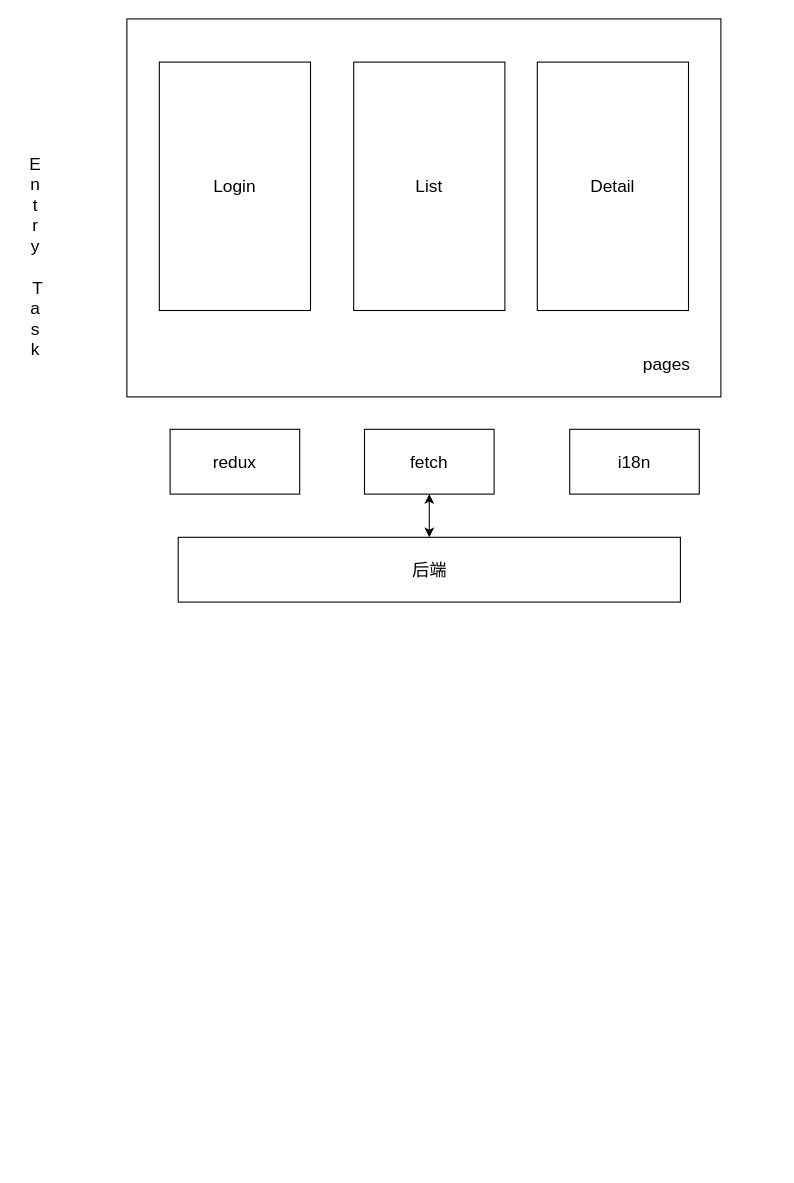
Earlier version of the draw.io diagram Untitled Diagram.drawio (cguank/-). Source tidied: cells renumbered, new cells numbered last; positions are measured from the earlier drawing's top-left corner, leaving out a move shared by most shapes. Both pictures are drawn from the tidied source at 108%, with x=0, y=0 at pixel (18, 18).
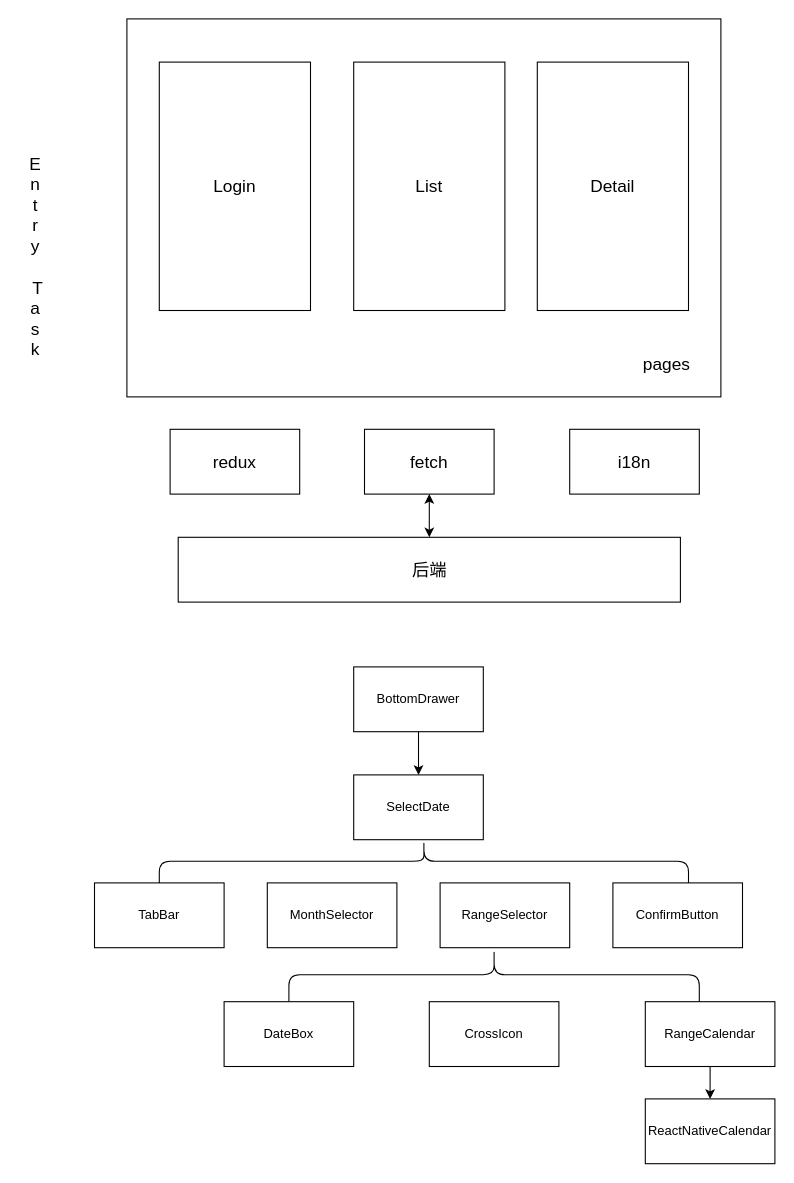
The same diagram, later.

What changed in the source:
```diff
@@
+    <mxCell id="13" style="edgeStyle=orthogonalEdgeStyle;rounded=0;jettySize=auto;html=1;" parent="1" edge="1" source="14" target="15">
+      <mxGeometry relative="1" as="geometry" />
+    </mxCell>
+    <mxCell id="14" value="BottomDrawer" style="rounded=0;whiteSpace=wrap;html=1;" parent="1" vertex="1">
+      <mxGeometry x="310" y="600" width="120" height="60" as="geometry" />
+    </mxCell>
+    <mxCell id="15" value="SelectDate" style="rounded=0;whiteSpace=wrap;html=1;" parent="1" vertex="1">
+      <mxGeometry x="310" y="700" width="120" height="60" as="geometry" />
+    </mxCell>
+    <mxCell id="16" value="TabBar" style="rounded=0;whiteSpace=wrap;html=1;" parent="1" vertex="1">
+      <mxGeometry x="70" y="800" width="120" height="60" as="geometry" />
+    </mxCell>
+    <mxCell id="17" value="MonthSelector" style="rounded=0;whiteSpace=wrap;html=1;" parent="1" vertex="1">
+      <mxGeometry x="230" y="800" width="120" height="60" as="geometry" />
+    </mxCell>
+    <mxCell id="18" value="RangeSelector" style="rounded=0;whiteSpace=wrap;html=1;" parent="1" vertex="1">
+      <mxGeometry x="390" y="800" width="120" height="60" as="geometry" />
+    </mxCell>
+    <mxCell id="19" value="ConfirmButton" style="rounded=0;whiteSpace=wrap;html=1;" parent="1" vertex="1">
+      <mxGeometry x="550" y="800" width="120" height="60" as="geometry" />
+    </mxCell>
+    <mxCell id="20" value="DateBox" style="rounded=0;whiteSpace=wrap;html=1;" parent="1" vertex="1">
+      <mxGeometry x="190" y="910" width="120" height="60" as="geometry" />
+    </mxCell>
+    <mxCell id="21" value="CrossIcon" style="rounded=0;whiteSpace=wrap;html=1;" parent="1" vertex="1">
+      <mxGeometry x="380" y="910" width="120" height="60" as="geometry" />
+    </mxCell>
+    <mxCell id="22" style="edgeStyle=orthogonalEdgeStyle;rounded=0;jettySize=auto;html=1;" parent="1" edge="1" source="23" target="24">
+      <mxGeometry relative="1" as="geometry" />
+    </mxCell>
+    <mxCell id="23" value="RangeCalendar" style="rounded=0;whiteSpace=wrap;html=1;" parent="1" vertex="1">
+      <mxGeometry x="580" y="910" width="120" height="60" as="geometry" />
+    </mxCell>
+    <mxCell id="24" value="ReactNativeCalendar" style="rounded=0;whiteSpace=wrap;html=1;" parent="1" vertex="1">
+      <mxGeometry x="580" y="1000" width="120" height="60" as="geometry" />
+    </mxCell>
+    <mxCell id="25" style="shape=curlyBracket;whiteSpace=wrap;html=1;rounded=1;labelPosition=left;verticalLabelPosition=middle;align=right;verticalAlign=middle;direction=south;" parent="1" vertex="1">
+      <mxGeometry x="130" y="760" width="490" height="40" as="geometry" />
+    </mxCell>
+    <mxCell id="26" style="shape=curlyBracket;whiteSpace=wrap;html=1;rounded=1;labelPosition=left;verticalLabelPosition=middle;align=right;verticalAlign=middle;direction=south;" parent="1" vertex="1">
+      <mxGeometry x="250" y="860" width="380" height="50" as="geometry" />
+    </mxCell>
```
